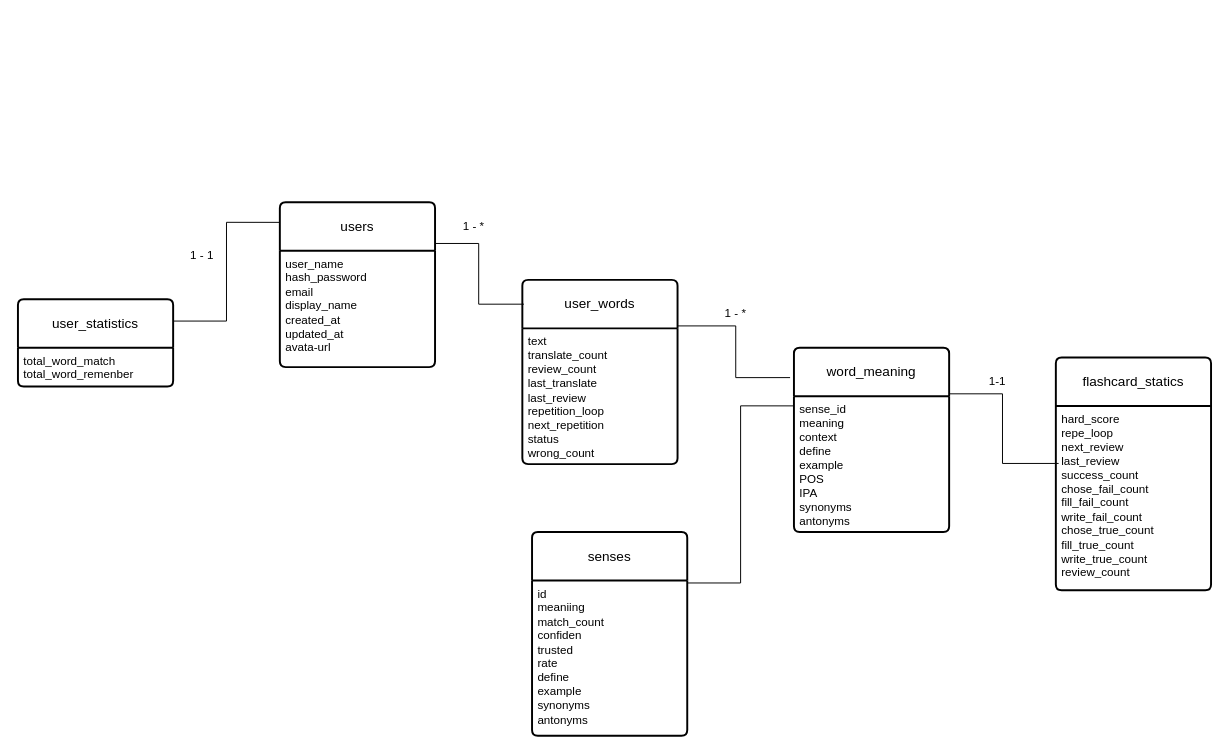
Earlier version of the draw.io diagram page "so-do-lop" (2 of 6) of system-design/uc-dia.drawio (74Senpai/translate-study-project). Source tidied: cells renumbered, new cells numbered last; positions are measured from the earlier drawing's top-left corner, leaving out a move shared by most shapes. Both pictures are drawn from the tidied source at 97%, with x=0, y=0 at pixel (17, 202).
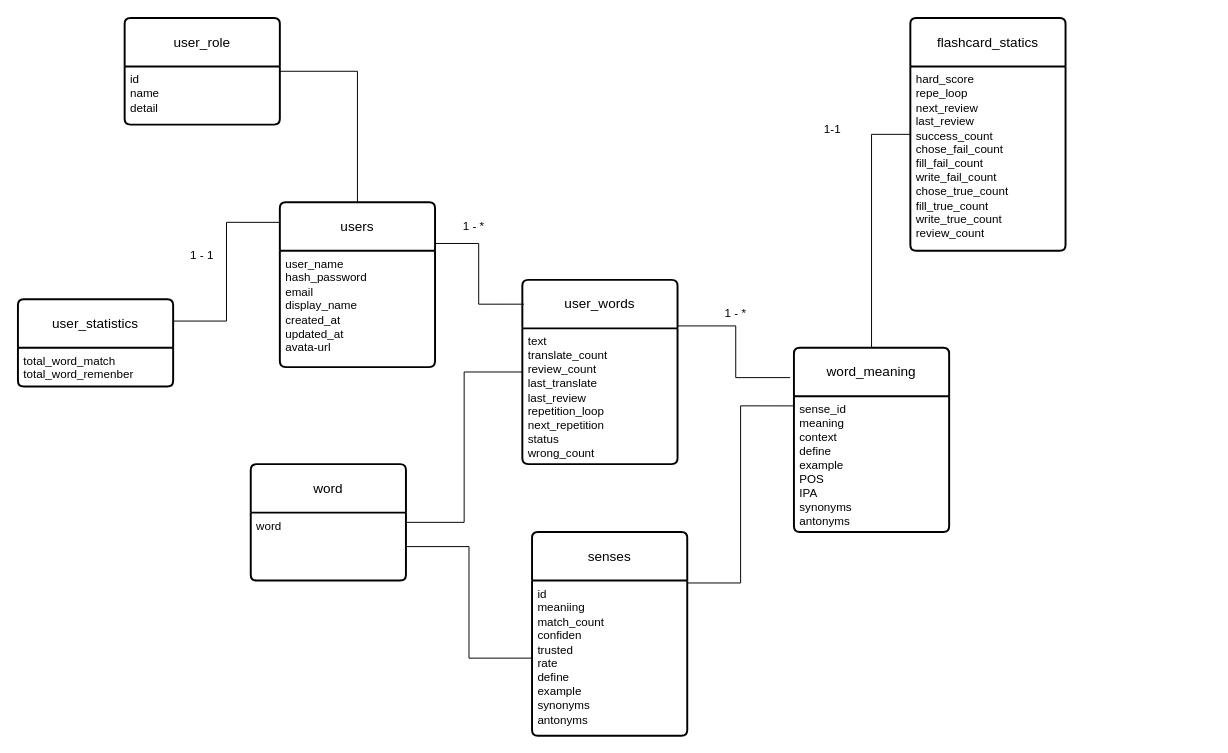
The same page after the edit.

Unchanged cells that the change refers to:
```xml
<mxCell id="2" value="users" style="swimlane;horizontal=1;startSize=50;rounded=1;fontSize=14;fontStyle=0;strokeWidth=2;shadow=0;dashed=0;align=center;arcSize=4;whiteSpace=wrap;html=1;" parent="1" vertex="1">
  <mxGeometry x="270" width="160" height="170" as="geometry" />
</mxCell>
<mxCell id="6" value="user_words" style="swimlane;horizontal=1;startSize=50;rounded=1;fontSize=14;fontStyle=0;strokeWidth=2;shadow=0;dashed=0;align=center;arcSize=4;whiteSpace=wrap;html=1;" parent="1" vertex="1">
  <mxGeometry x="520" y="80" width="160" height="190" as="geometry" />
</mxCell>
<mxCell id="8" value="word_meaning" style="swimlane;horizontal=1;startSize=50;rounded=1;fontSize=14;fontStyle=0;strokeWidth=2;shadow=0;dashed=0;align=center;arcSize=4;whiteSpace=wrap;html=1;" parent="1" vertex="1">
  <mxGeometry x="800" y="150" width="160" height="190" as="geometry" />
</mxCell>
<mxCell id="17" value="&lt;div&gt;hard_score&lt;/div&gt;&lt;div&gt;repe_loop&lt;/div&gt;&lt;div&gt;next_review&lt;/div&gt;&lt;div&gt;last_review&lt;/div&gt;&lt;div&gt;success_count&lt;/div&gt;&lt;div&gt;chose_fail_count&lt;/div&gt;&lt;div&gt;fill_fail_count&lt;/div&gt;&lt;div&gt;write_fail_count&lt;/div&gt;&lt;div&gt;&lt;div&gt;chose_true_count&lt;/div&gt;&lt;div&gt;fill_true_count&lt;/div&gt;&lt;div&gt;write_true_count&lt;/div&gt;&lt;div&gt;review_count&lt;/div&gt;&lt;/div&gt;" style="align=left;strokeColor=none;fillColor=none;spacingLeft=4;spacingRight=4;fontSize=12;verticalAlign=top;html=1;whiteSpace=wrap;" parent="16" vertex="1">
  <mxGeometry y="50" width="160" height="190" as="geometry" />
</mxCell>
<mxCell id="21" value="id&lt;div&gt;meaniing&lt;/div&gt;&lt;div&gt;match_count&lt;/div&gt;&lt;div&gt;confiden&lt;/div&gt;&lt;div&gt;trusted&lt;/div&gt;&lt;div&gt;rate&lt;/div&gt;&lt;div&gt;define&lt;/div&gt;&lt;div&gt;example&lt;/div&gt;&lt;div&gt;&lt;div&gt;synonyms&lt;/div&gt;&lt;div&gt;antonyms&lt;/div&gt;&lt;/div&gt;" style="align=left;strokeColor=none;fillColor=none;spacingLeft=4;spacingRight=4;fontSize=12;verticalAlign=top;html=1;whiteSpace=wrap;" parent="20" vertex="1">
  <mxGeometry y="50" width="160" height="160" as="geometry" />
</mxCell>
```

What changed in the source:
```diff
@@
     <mxCell id="16" value="flashcard_statics" style="swimlane;horizontal=1;startSize=50;rounded=1;fontSize=14;fontStyle=0;strokeWidth=2;shadow=0;dashed=0;align=center;arcSize=4;whiteSpace=wrap;html=1;" parent="1" vertex="1">
-      <mxGeometry x="1070" y="160" width="160" height="240" as="geometry" />
+      <mxGeometry x="920" y="-190" width="160" height="240" as="geometry" />
     </mxCell>
@@
-    <mxCell id="18" style="edgeStyle=orthogonalEdgeStyle;rounded=0;jettySize=auto;html=1;exitX=1;exitY=0.25;exitDx=0;exitDy=0;entryX=0.018;entryY=0.312;entryDx=0;entryDy=0;entryPerimeter=0;endArrow=none;endFill=0;" parent="1" edge="1" source="8" target="17">
+    <mxCell id="18" style="edgeStyle=orthogonalEdgeStyle;rounded=0;jettySize=auto;html=1;entryX=0;entryY=0.5;entryDx=0;entryDy=0;endArrow=none;endFill=0;" parent="1" edge="1" source="8" target="16">
       <mxGeometry relative="1" as="geometry" />
     </mxCell>
     <mxCell id="19" value="1-1" style="text;html=1;whiteSpace=wrap;strokeColor=none;fillColor=none;align=center;verticalAlign=middle;rounded=0;" parent="1" vertex="1">
-      <mxGeometry x="980" y="170" width="60" height="30" as="geometry" />
+      <mxGeometry x="810" y="-90" width="60" height="30" as="geometry" />
     </mxCell>
@@
+    <mxCell id="23" style="edgeStyle=orthogonalEdgeStyle;rounded=0;jettySize=auto;html=1;endArrow=none;endFill=0;" parent="1" edge="1" source="26" target="21">
+      <mxGeometry relative="1" as="geometry" />
+    </mxCell>
+    <mxCell id="24" style="edgeStyle=orthogonalEdgeStyle;rounded=0;jettySize=auto;html=1;exitX=1;exitY=0.5;exitDx=0;exitDy=0;entryX=0;entryY=0.5;entryDx=0;entryDy=0;endArrow=none;endFill=0;" parent="1" edge="1" source="25" target="6">
+      <mxGeometry relative="1" as="geometry" />
+    </mxCell>
+    <mxCell id="25" value="word" style="swimlane;horizontal=1;startSize=50;rounded=1;fontSize=14;fontStyle=0;strokeWidth=2;shadow=0;dashed=0;align=center;arcSize=4;whiteSpace=wrap;html=1;" parent="1" vertex="1">
+      <mxGeometry x="240" y="270" width="160" height="120" as="geometry" />
+    </mxCell>
+    <mxCell id="26" value="word" style="align=left;strokeColor=none;fillColor=none;spacingLeft=4;spacingRight=4;fontSize=12;verticalAlign=top;html=1;whiteSpace=wrap;" parent="25" vertex="1">
+      <mxGeometry y="50" width="160" height="70" as="geometry" />
+    </mxCell>
+    <mxCell id="27" style="edgeStyle=orthogonalEdgeStyle;rounded=0;jettySize=auto;html=1;exitX=1;exitY=0.5;exitDx=0;exitDy=0;entryX=0.5;entryY=0;entryDx=0;entryDy=0;endArrow=none;endFill=0;" parent="1" edge="1" source="28" target="2">
+      <mxGeometry relative="1" as="geometry" />
+    </mxCell>
+    <mxCell id="28" value="user_role" style="swimlane;horizontal=1;startSize=50;rounded=1;fontSize=14;fontStyle=0;strokeWidth=2;shadow=0;dashed=0;align=center;arcSize=4;whiteSpace=wrap;html=1;" parent="1" vertex="1">
+      <mxGeometry x="110" y="-190" width="160" height="110" as="geometry" />
+    </mxCell>
+    <mxCell id="29" value="id&amp;nbsp;&lt;div&gt;name&lt;/div&gt;&lt;div&gt;detail&lt;/div&gt;" style="align=left;strokeColor=none;fillColor=none;spacingLeft=4;spacingRight=4;fontSize=12;verticalAlign=top;html=1;whiteSpace=wrap;" parent="28" vertex="1">
+      <mxGeometry y="50" width="160" height="60" as="geometry" />
+    </mxCell>
```
